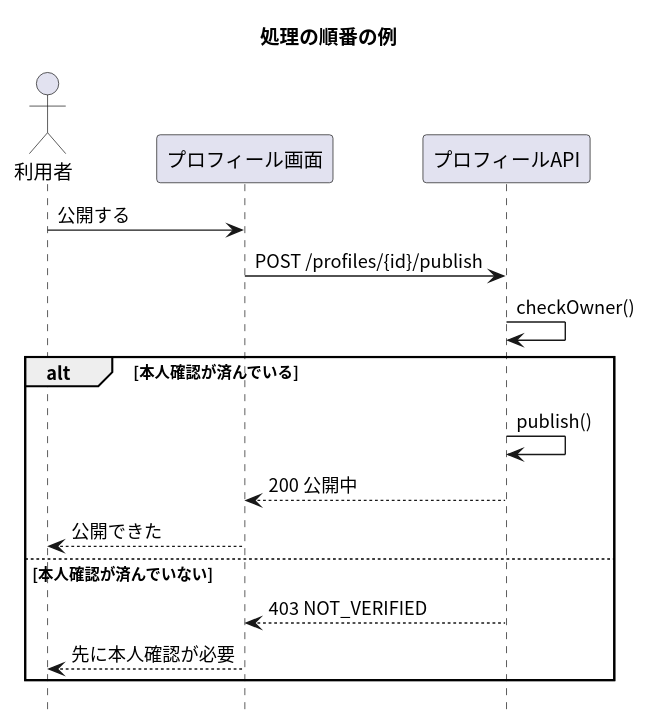
This is docs/examples/処理の順番.svg from masamasamasato/design-doc-template, a PlantUML export, as it was before one commit. Its source is kept beside it as docs/examples/処理の順番.puml.
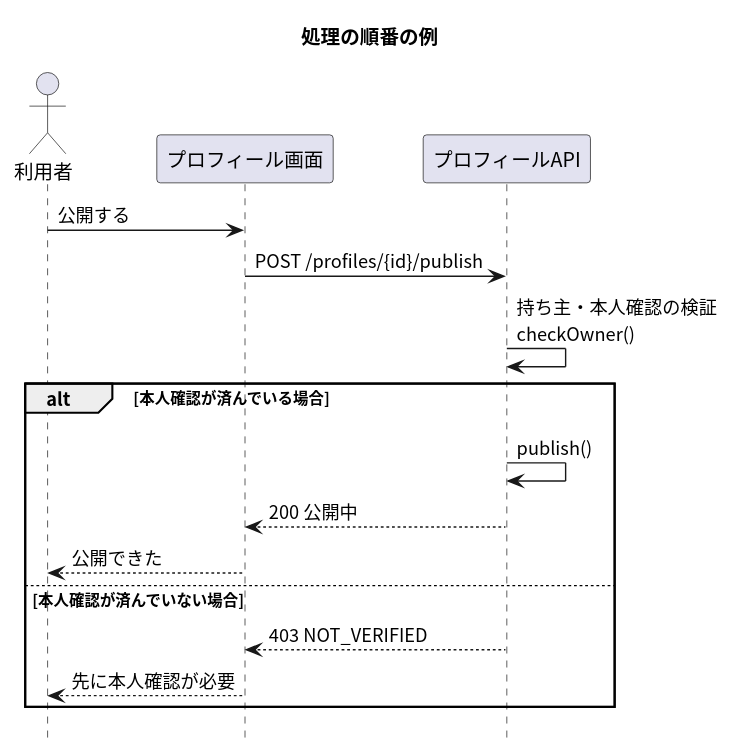
After the commit.

The edit, as a diff of the source:
```diff
@@ -12,12 +12,12 @@
 
 User -> Screen : 公開する
 Screen -> API : POST /profiles/{id}/publish
-API -> API : checkOwner()
-alt 本人確認が済んでいる
+API -> API : 持ち主・本人確認の検証\ncheckOwner()
+alt 本人確認が済んでいる場合
   API -> API : publish()
   API --> Screen : 200 公開中
   Screen --> User : 公開できた
-else 本人確認が済んでいない
+else 本人確認が済んでいない場合
   API --> Screen : 403 NOT_VERIFIED
   Screen --> User : 先に本人確認が必要
 end
```
